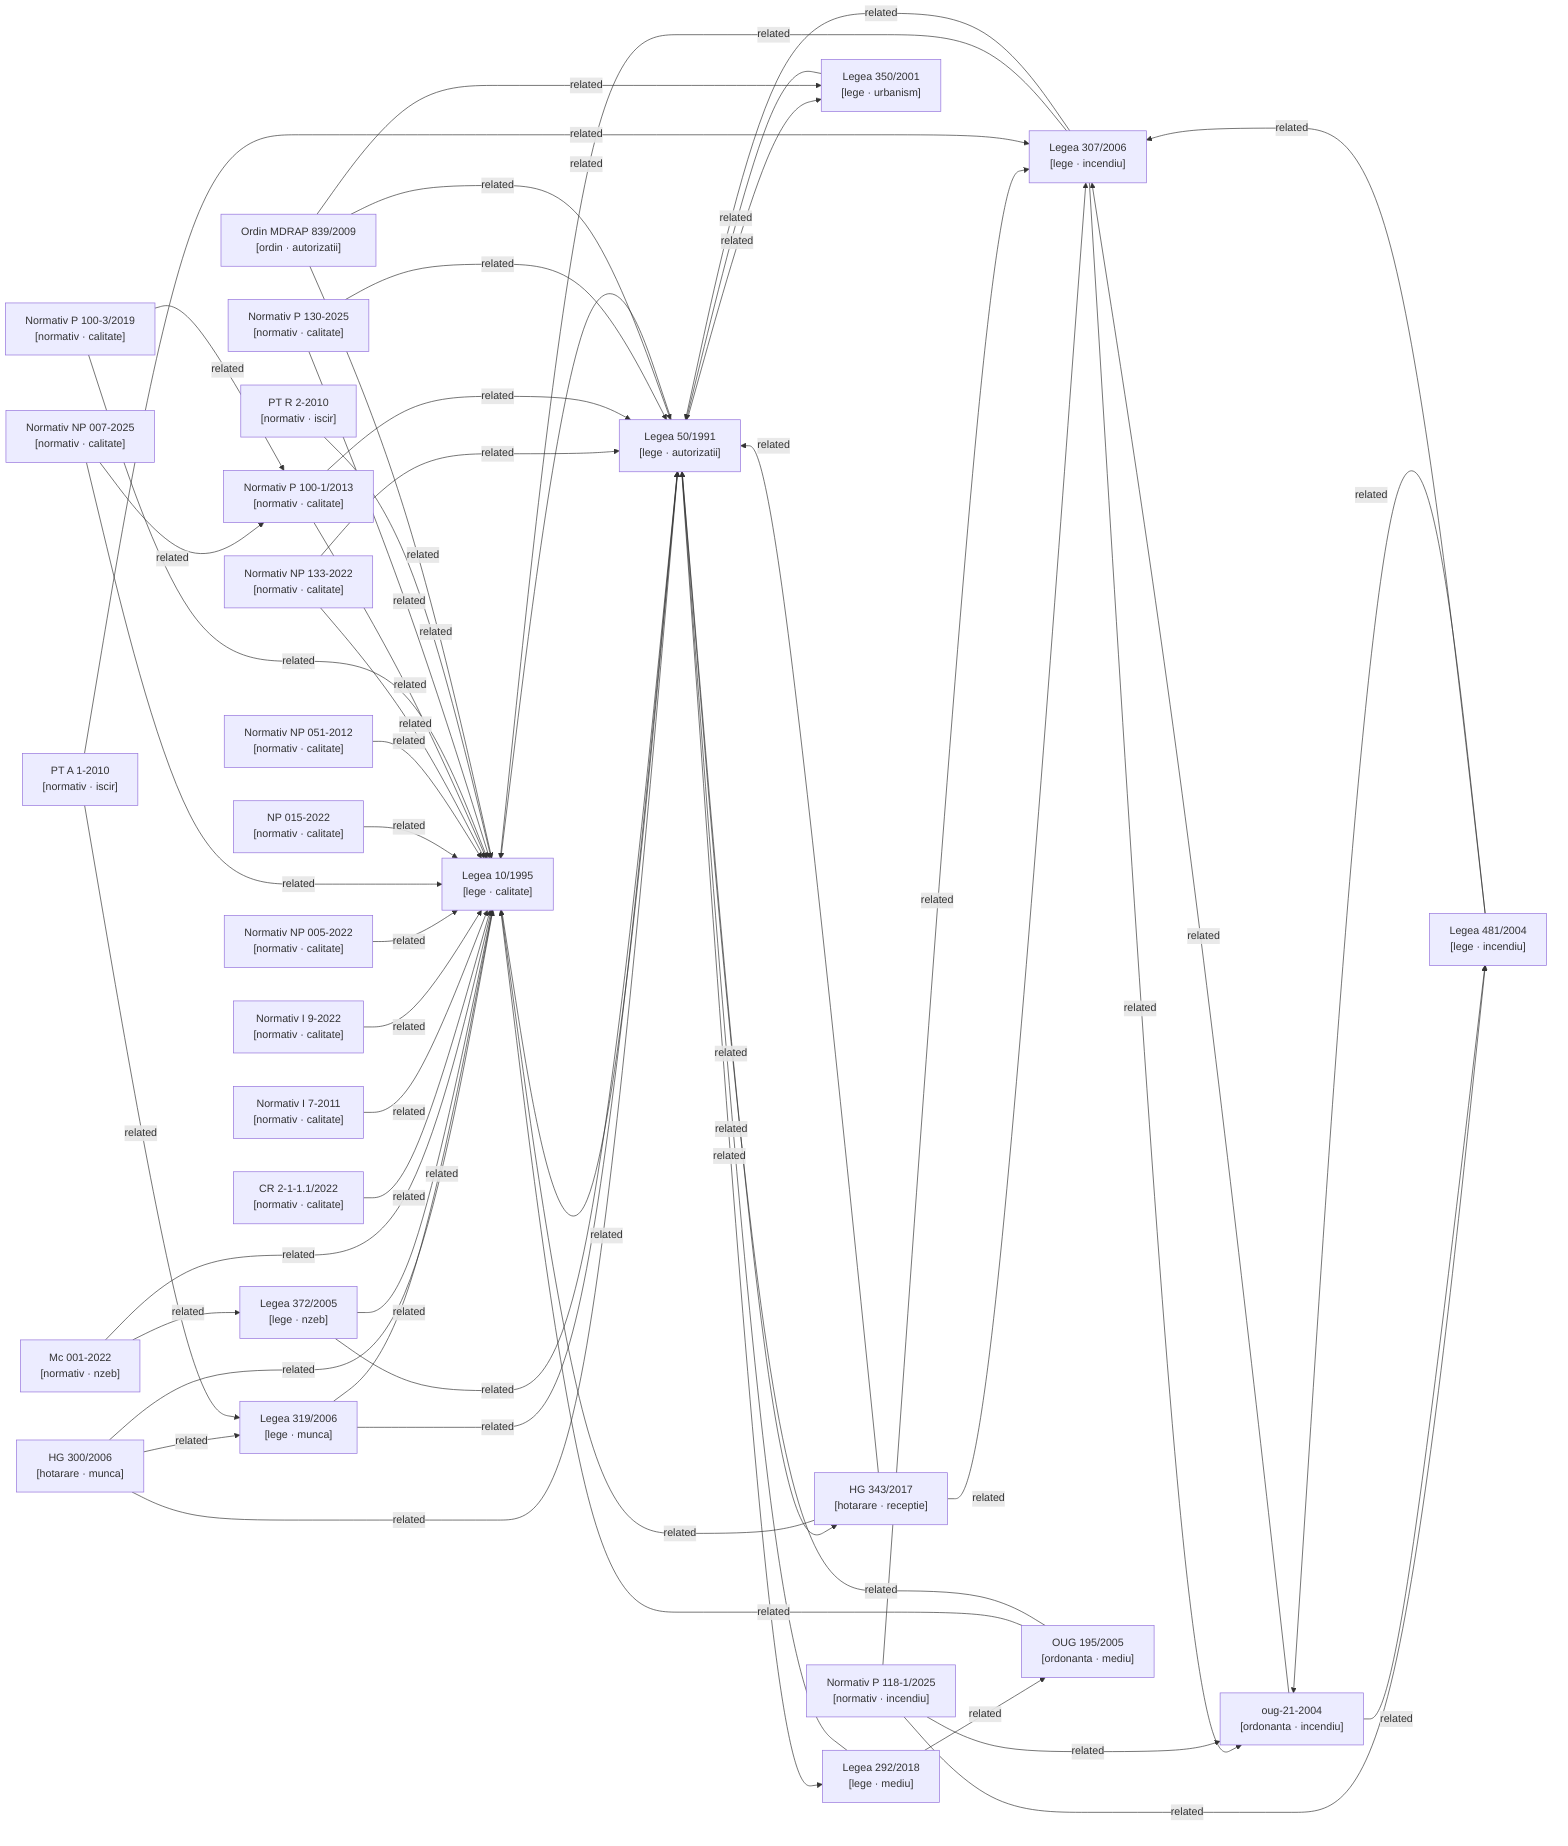
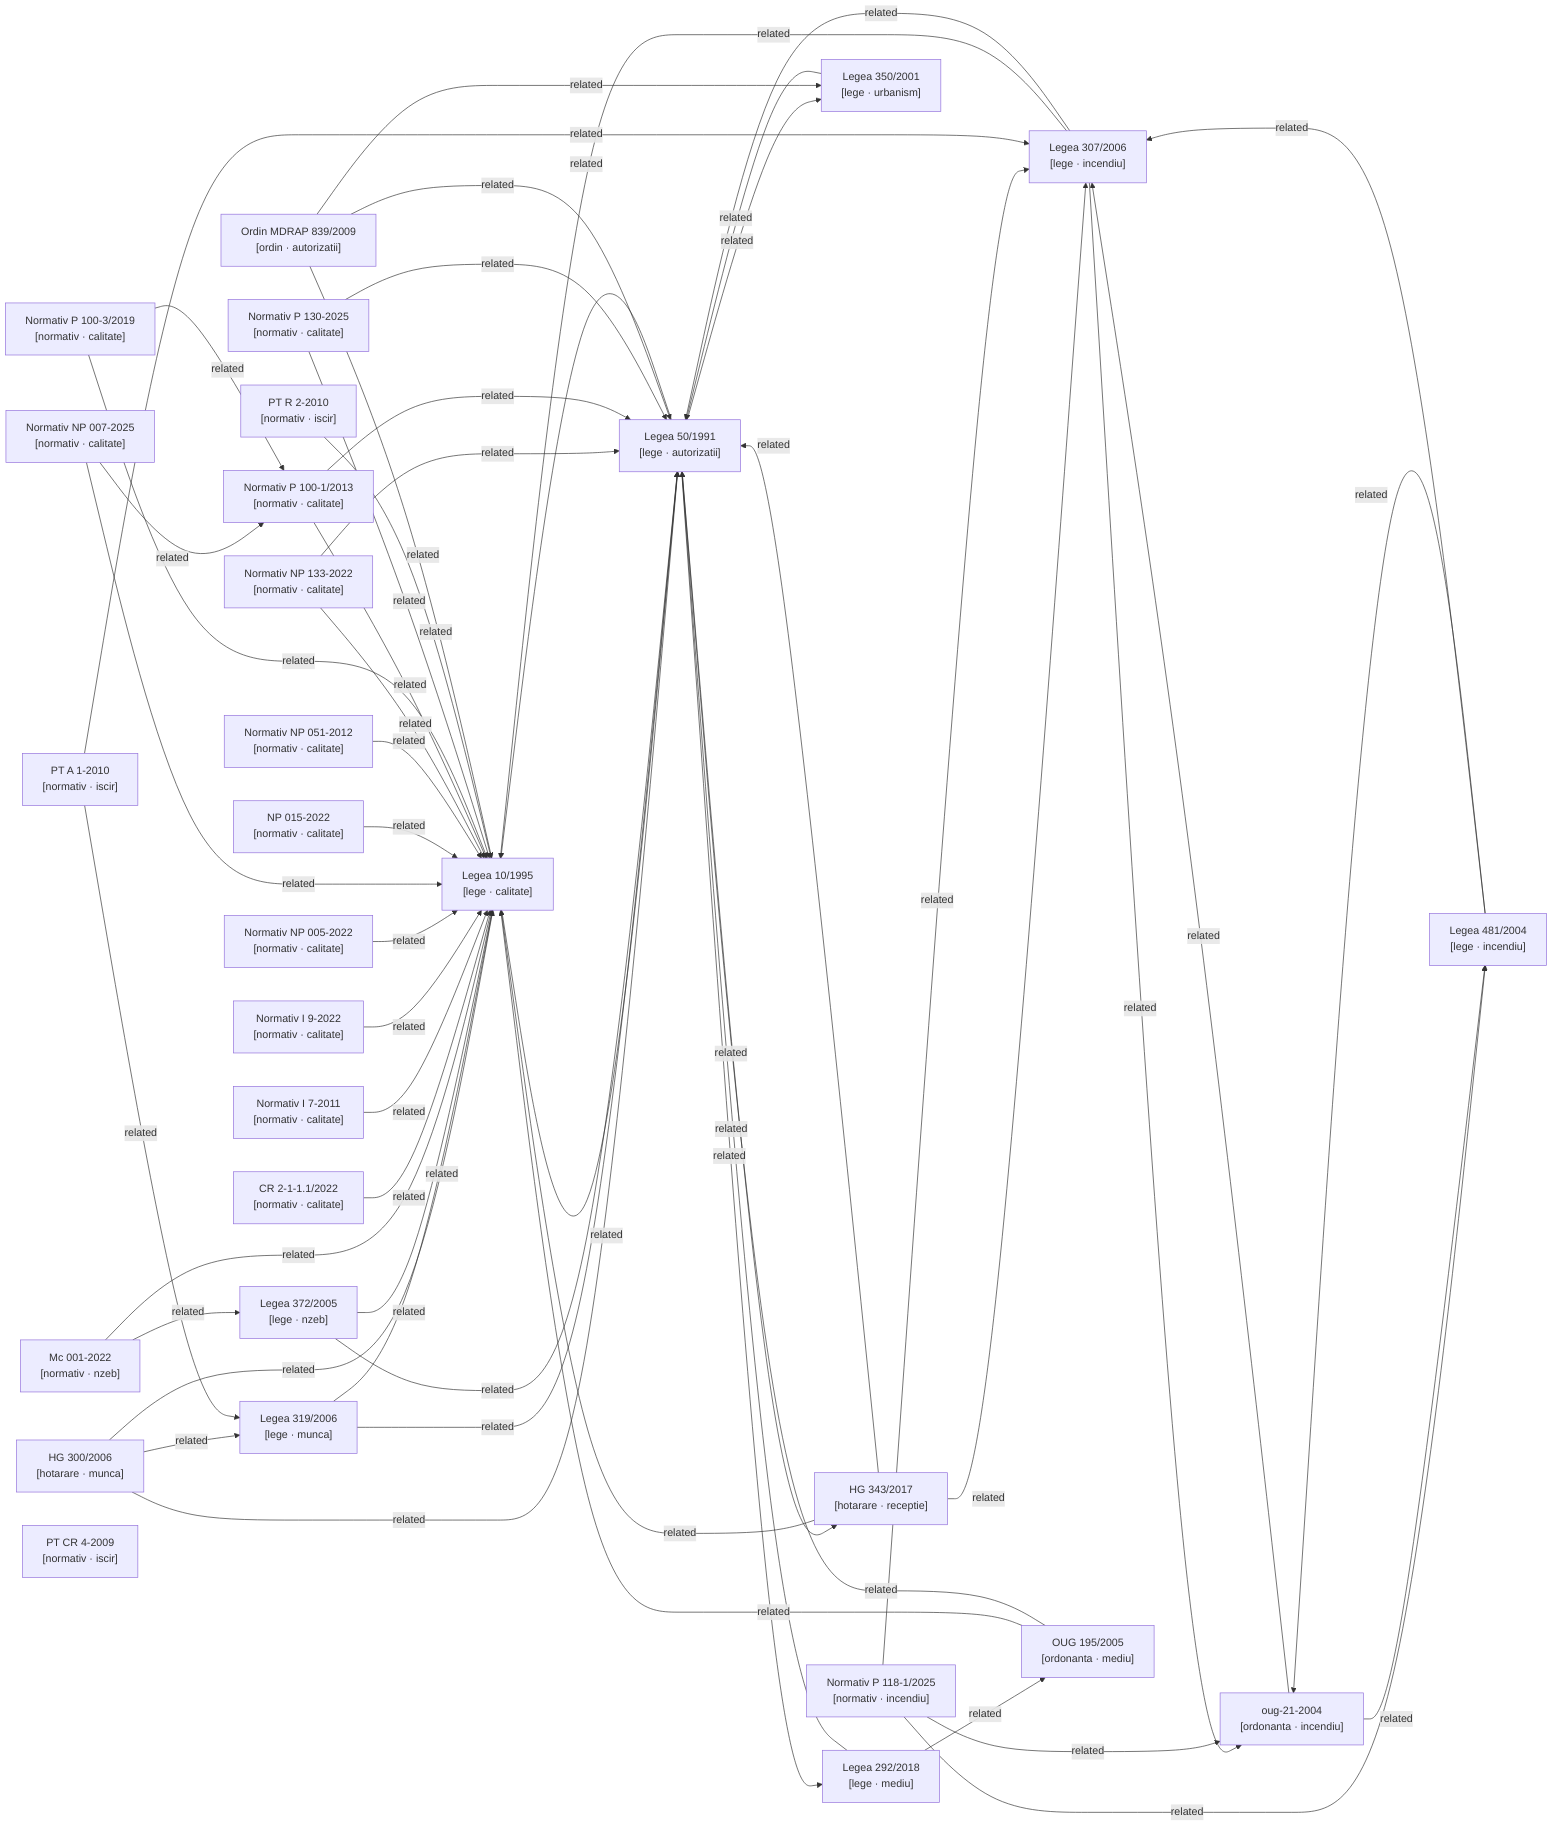
graph LR

  %% Nodes
  hg-300-2006["HG 300/2006\n[hotarare · munca]"]
  hg-343-2017["HG 343/2017\n[hotarare · receptie]"]
  lege-10-1995["Legea 10/1995\n[lege · calitate]"]
  lege-292-2018["Legea 292/2018\n[lege · mediu]"]
  lege-307-2006["Legea 307/2006\n[lege · incendiu]"]
  lege-319-2006["Legea 319/2006\n[lege · munca]"]
  lege-350-2001["Legea 350/2001\n[lege · urbanism]"]
  lege-372-2005["Legea 372/2005\n[lege · nzeb]"]
  lege-481-2004["Legea 481/2004\n[lege · incendiu]"]
  lege-50-1991["Legea 50/1991\n[lege · autorizatii]"]
  metodologie-mc001-2022["Mc 001-2022\n[normativ · nzeb]"]
  normativ-cr2-1-1-1-2022["CR 2-1-1.1/2022\n[normativ · calitate]"]
  normativ-i7-2011["Normativ I 7-2011\n[normativ · calitate]"]
  normativ-i9-2022["Normativ I 9-2022\n[normativ · calitate]"]
  normativ-np005-2022["Normativ NP 005-2022\n[normativ · calitate]"]
  normativ-np007-2025["Normativ NP 007-2025\n[normativ · calitate]"]
  normativ-np015-2022["NP 015-2022\n[normativ · calitate]"]
  normativ-np051-2012["Normativ NP 051-2012\n[normativ · calitate]"]
  normativ-np133-2022["Normativ NP 133-2022\n[normativ · calitate]"]
  normativ-p100-1-2013["Normativ P 100-1/2013\n[normativ · calitate]"]
  normativ-p100-3-2019["Normativ P 100-3/2019\n[normativ · calitate]"]
  normativ-p118-1-2025["Normativ P 118-1/2025\n[normativ · incendiu]"]
  normativ-p130-2025["Normativ P 130-2025\n[normativ · calitate]"]
  normativ-pt-a1-2010["PT A 1-2010\n[normativ · iscir]"]
+   normativ-pt-cr4-2009["PT CR 4-2009\n[normativ · iscir]"]
  normativ-pt-r2-2010["PT R 2-2010\n[normativ · iscir]"]
  ordin-839-2009["Ordin MDRAP 839/2009\n[ordin · autorizatii]"]
  oug-195-2005["OUG 195/2005\n[ordonanta · mediu]"]
  oug-21-2004["oug-21-2004\n[ordonanta · incendiu]"]

  %% Confirmed relationships (from metadata related_acts)
  hg-300-2006 -->|related| lege-10-1995
  hg-300-2006 -->|related| lege-319-2006
  hg-300-2006 -->|related| lege-50-1991
  hg-343-2017 -->|related| lege-10-1995
  hg-343-2017 -->|related| lege-307-2006
  hg-343-2017 -->|related| lege-50-1991
  lege-10-1995 -->|related| lege-50-1991
  lege-292-2018 -->|related| lege-50-1991
  lege-292-2018 -->|related| oug-195-2005
  lege-307-2006 -->|related| lege-10-1995
  lege-307-2006 -->|related| lege-50-1991
  lege-307-2006 -->|related| oug-21-2004
  lege-319-2006 -->|related| lege-10-1995
  lege-319-2006 -->|related| lege-50-1991
  lege-350-2001 -->|related| lege-50-1991
  lege-372-2005 -->|related| lege-10-1995
  lege-372-2005 -->|related| lege-50-1991
  lege-481-2004 -->|related| lege-307-2006
  lege-481-2004 -->|related| oug-21-2004
  lege-50-1991 -->|related| hg-343-2017
  lege-50-1991 -->|related| lege-10-1995
  lege-50-1991 -->|related| lege-292-2018
  lege-50-1991 -->|related| lege-350-2001
  metodologie-mc001-2022 -->|related| lege-10-1995
  metodologie-mc001-2022 -->|related| lege-372-2005
  normativ-cr2-1-1-1-2022 -->|related| lege-10-1995
  normativ-i7-2011 -->|related| lege-10-1995
  normativ-i9-2022 -->|related| lege-10-1995
  normativ-np005-2022 -->|related| lege-10-1995
  normativ-np007-2025 -->|related| lege-10-1995
  normativ-np007-2025 -->|related| normativ-p100-1-2013
  normativ-np015-2022 -->|related| lege-10-1995
  normativ-np051-2012 -->|related| lege-10-1995
  normativ-np133-2022 -->|related| lege-10-1995
  normativ-np133-2022 -->|related| lege-50-1991
  normativ-p100-1-2013 -->|related| lege-10-1995
  normativ-p100-1-2013 -->|related| lege-50-1991
  normativ-p100-3-2019 -->|related| lege-10-1995
  normativ-p100-3-2019 -->|related| normativ-p100-1-2013
  normativ-p118-1-2025 -->|related| lege-307-2006
  normativ-p118-1-2025 -->|related| lege-481-2004
  normativ-p118-1-2025 -->|related| oug-21-2004
  normativ-p130-2025 -->|related| lege-10-1995
  normativ-p130-2025 -->|related| lege-50-1991
  normativ-pt-a1-2010 -->|related| lege-307-2006
  normativ-pt-a1-2010 -->|related| lege-319-2006
  normativ-pt-r2-2010 -->|related| lege-10-1995
  ordin-839-2009 -->|related| lege-10-1995
  ordin-839-2009 -->|related| lege-350-2001
  ordin-839-2009 -->|related| lege-50-1991
  oug-195-2005 -->|related| lege-10-1995
  oug-195-2005 -->|related| lege-50-1991
  oug-21-2004 -->|related| lege-307-2006
  oug-21-2004 -->|related| lege-481-2004

  %% Auto-detected relationships (needs_review)
